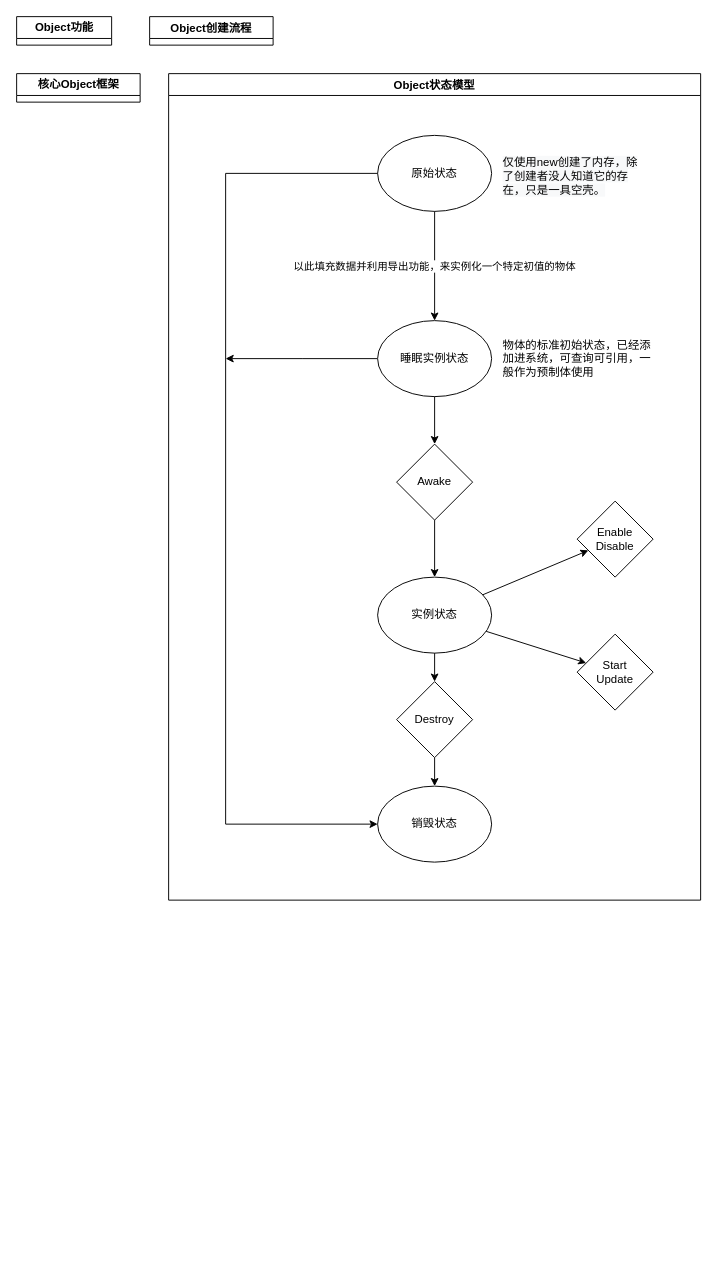
This is BDXKEngine.drawio from BDFFZI/BDXKEngine, a draw.io file, before an edit. Source tidied: cells renumbered, new cells numbered last; positions are measured from the earlier drawing's top-left corner, leaving out a move shared by most shapes. Both pictures are drawn from the tidied source at 95%, with x=0, y=0 at pixel (16, 16).
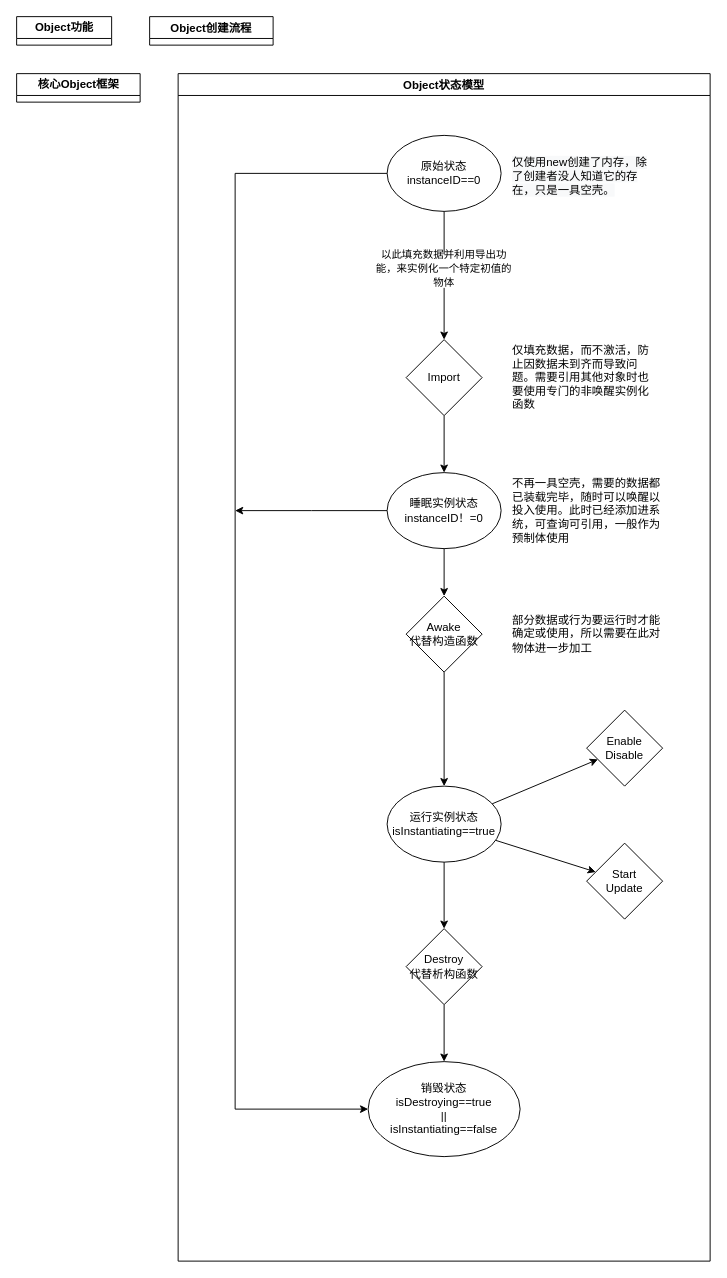
The same page after the edit.

Change to the diagram source:
```diff
@@
     <mxCell id="5" value="Object状态模型" style="swimlane;" parent="1" vertex="1">
-      <mxGeometry x="160" y="60" width="560" height="870" as="geometry" />
+      <mxGeometry x="170" y="60" width="560" height="1250" as="geometry" />
     </mxCell>
-    <mxCell id="6" value="原始状态" style="ellipse;whiteSpace=wrap;html=1;" parent="5" vertex="1">
+    <mxCell id="6" value="原始状态&lt;br&gt;instanceID==0" style="ellipse;whiteSpace=wrap;html=1;" parent="5" vertex="1">
       <mxGeometry x="220" y="65" width="120" height="80" as="geometry" />
     </mxCell>
@@
     <mxCell id="8" style="edgeStyle=orthogonalEdgeStyle;rounded=0;jettySize=auto;html=1;" parent="5" edge="1" source="9">
       <mxGeometry relative="1" as="geometry">
-        <mxPoint x="60" y="300" as="targetPoint" />
+        <mxPoint x="60" y="460" as="targetPoint" />
       </mxGeometry>
     </mxCell>
-    <mxCell id="9" value="睡眠实例状态" style="ellipse;whiteSpace=wrap;html=1;" parent="5" vertex="1">
-      <mxGeometry x="220" y="260" width="120" height="80" as="geometry" />
+    <mxCell id="9" value="睡眠实例状态&lt;br&gt;instanceID！=0" style="ellipse;whiteSpace=wrap;html=1;" parent="5" vertex="1">
+      <mxGeometry x="220" y="420" width="120" height="80" as="geometry" />
     </mxCell>
-    <mxCell id="10" value="以此填充数据并利用导出功能，来实例化一个特定初值的物体" style="edgeStyle=orthogonalEdgeStyle;rounded=0;jettySize=auto;html=1;" parent="5" edge="1" source="6" target="9">
+    <mxCell id="10" style="edgeStyle=orthogonalEdgeStyle;rounded=0;jettySize=auto;html=1;startArrow=none;" parent="5" edge="1" source="27" target="26">
       <mxGeometry relative="1" as="geometry" />
     </mxCell>
-    <mxCell id="11" value="实例状态" style="ellipse;whiteSpace=wrap;html=1;" parent="5" vertex="1">
-      <mxGeometry x="220" y="530" width="120" height="80" as="geometry" />
+    <mxCell id="11" value="运行实例状态&lt;br&gt;isInstantiating==true" style="ellipse;whiteSpace=wrap;html=1;" parent="5" vertex="1">
+      <mxGeometry x="220" y="750" width="120" height="80" as="geometry" />
     </mxCell>
-    <mxCell id="12" value="销毁状态" style="ellipse;whiteSpace=wrap;html=1;" parent="5" vertex="1">
-      <mxGeometry x="220" y="750" width="120" height="80" as="geometry" />
+    <mxCell id="12" value="销毁状态&lt;br&gt;isDestroying==true&lt;br&gt;||&lt;br&gt;isInstantiating==false" style="ellipse;whiteSpace=wrap;html=1;" parent="5" vertex="1">
+      <mxGeometry x="200" y="1040" width="160" height="100" as="geometry" />
     </mxCell>
     <mxCell id="13" style="edgeStyle=orthogonalEdgeStyle;rounded=0;jettySize=auto;html=1;" parent="5" edge="1" source="6" target="12">
       <mxGeometry relative="1" as="geometry">
         <Array as="points">
           <mxPoint x="60" y="105" />
-          <mxPoint x="60" y="790" />
+          <mxPoint x="60" y="1090" />
         </Array>
       </mxGeometry>
     </mxCell>
@@
-    <mxCell id="15" value="Awake" style="rhombus;whiteSpace=wrap;html=1;" parent="5" vertex="1">
-      <mxGeometry x="240" y="390" width="80" height="80" as="geometry" />
+    <mxCell id="15" value="Awake&lt;br&gt;代替构造函数" style="rhombus;whiteSpace=wrap;html=1;" parent="5" vertex="1">
+      <mxGeometry x="240" y="550" width="80" height="80" as="geometry" />
     </mxCell>
@@
     <mxCell id="17" value="Enable&lt;br&gt;Disable" style="rhombus;whiteSpace=wrap;html=1;" parent="5" vertex="1">
-      <mxGeometry x="430" y="450" width="80" height="80" as="geometry" />
+      <mxGeometry x="430" y="670" width="80" height="80" as="geometry" />
     </mxCell>
@@
     <mxCell id="19" value="Start&lt;br&gt;Update" style="rhombus;whiteSpace=wrap;html=1;" parent="5" vertex="1">
-      <mxGeometry x="430" y="590" width="80" height="80" as="geometry" />
+      <mxGeometry x="430" y="810" width="80" height="80" as="geometry" />
     </mxCell>
@@
-    <mxCell id="22" value="Destroy" style="rhombus;whiteSpace=wrap;html=1;" parent="5" vertex="1">
-      <mxGeometry x="240" y="640" width="80" height="80" as="geometry" />
+    <mxCell id="22" value="Destroy&lt;br&gt;代替析构函数" style="rhombus;whiteSpace=wrap;html=1;" parent="5" vertex="1">
+      <mxGeometry x="240" y="900" width="80" height="80" as="geometry" />
     </mxCell>
@@
-    <mxCell id="24" value="物体的标准初始状态，&lt;span style=&quot;&quot;&gt;已经添加进系统，可查询可引用，一般作为预制体使用&lt;/span&gt;" style="text;html=1;strokeColor=none;fillColor=none;align=left;verticalAlign=middle;whiteSpace=wrap;rounded=0;" parent="5" vertex="1">
-      <mxGeometry x="350" y="277.5" width="160" height="45" as="geometry" />
+    <mxCell id="24" value="不再一具空壳，需要的数据都已装载完毕，随时可以唤醒以投入使用。此时&lt;span style=&quot;&quot;&gt;已经添加进系统，可查询可引用，一般作为预制体使用&lt;br&gt;&lt;/span&gt;" style="text;html=1;strokeColor=none;fillColor=none;align=left;verticalAlign=middle;whiteSpace=wrap;rounded=0;" parent="5" vertex="1">
+      <mxGeometry x="350" y="437.5" width="160" height="45" as="geometry" />
     </mxCell>
+    <mxCell id="25" style="edgeStyle=orthogonalEdgeStyle;rounded=0;jettySize=auto;html=1;" parent="5" edge="1" source="26" target="9">
+      <mxGeometry relative="1" as="geometry" />
+    </mxCell>
+    <mxCell id="26" value="Import" style="rhombus;whiteSpace=wrap;html=1;" parent="5" vertex="1">
+      <mxGeometry x="240" y="280" width="80" height="80" as="geometry" />
+    </mxCell>
+    <mxCell id="27" value="&lt;span style=&quot;font-size: 11px; background-color: rgb(255, 255, 255);&quot;&gt;以此填充数据并利用导出功能，来实例化一个特定初值的物体&lt;/span&gt;" style="text;html=1;strokeColor=none;fillColor=none;align=center;verticalAlign=middle;whiteSpace=wrap;rounded=0;" parent="5" vertex="1">
+      <mxGeometry x="205" y="190" width="150" height="30" as="geometry" />
+    </mxCell>
+    <mxCell id="28" style="edgeStyle=orthogonalEdgeStyle;rounded=0;jettySize=auto;html=1;endArrow=none;" parent="5" edge="1" source="6" target="27">
+      <mxGeometry relative="1" as="geometry" />
+    </mxCell>
+    <mxCell id="29" value="仅填充数据，而不激活，防止因数据未到齐而导致问题。需要引用其他对象时也要使用专门的非唤醒实例化函数" style="text;html=1;strokeColor=none;fillColor=none;align=left;verticalAlign=middle;whiteSpace=wrap;rounded=0;" parent="5" vertex="1">
+      <mxGeometry x="350" y="287.5" width="150" height="65" as="geometry" />
+    </mxCell>
+    <mxCell id="30" value="部分数据或行为要运行时才能确定或使用，所以需要在此对物体进一步加工" style="text;html=1;strokeColor=none;fillColor=none;align=left;verticalAlign=middle;whiteSpace=wrap;rounded=0;" parent="5" vertex="1">
+      <mxGeometry x="350" y="570" width="160" height="40" as="geometry" />
+    </mxCell>
```
